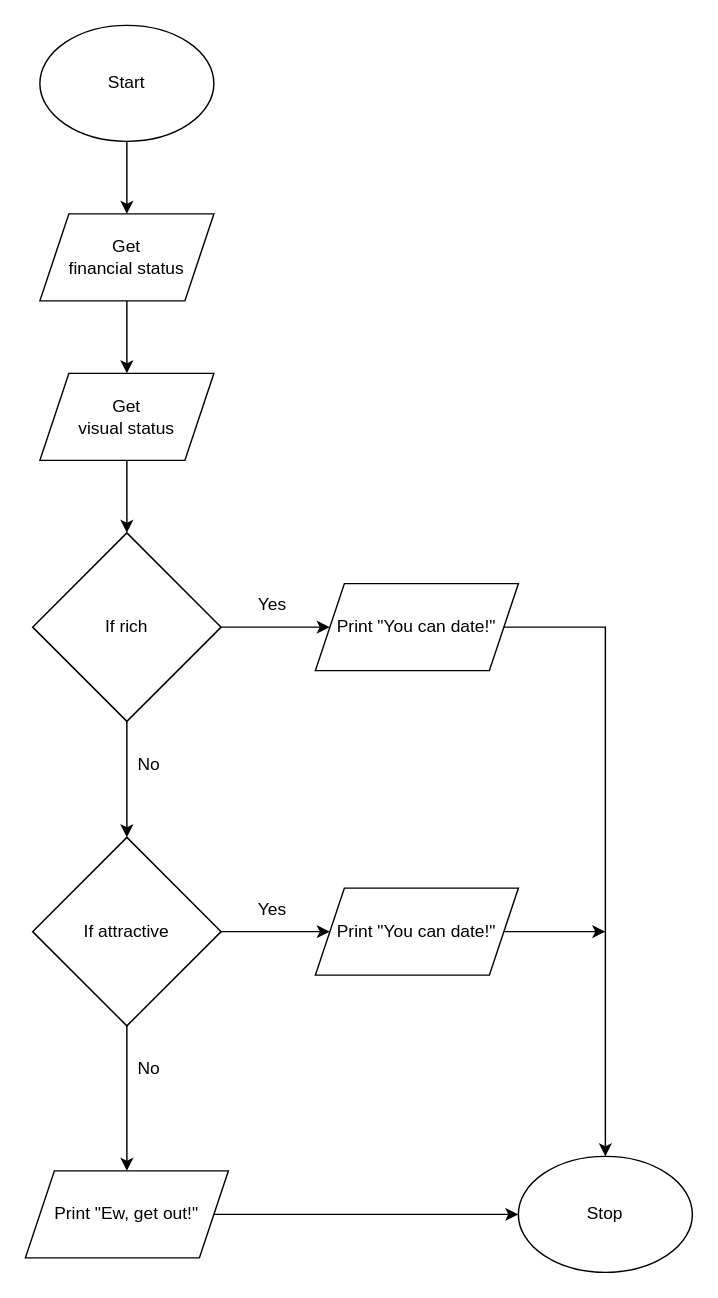
Above: flow.drawio in Andrew-Ten-Den/ICS3U-Unit3-07-Python (draw.io), before the change. Source tidied: cells renumbered, new cells numbered last; positions are measured from the earlier drawing's top-left corner, leaving out a move shared by most shapes. Both pictures are drawn from the tidied source at 145%, with x=0, y=0 at pixel (25, 25).
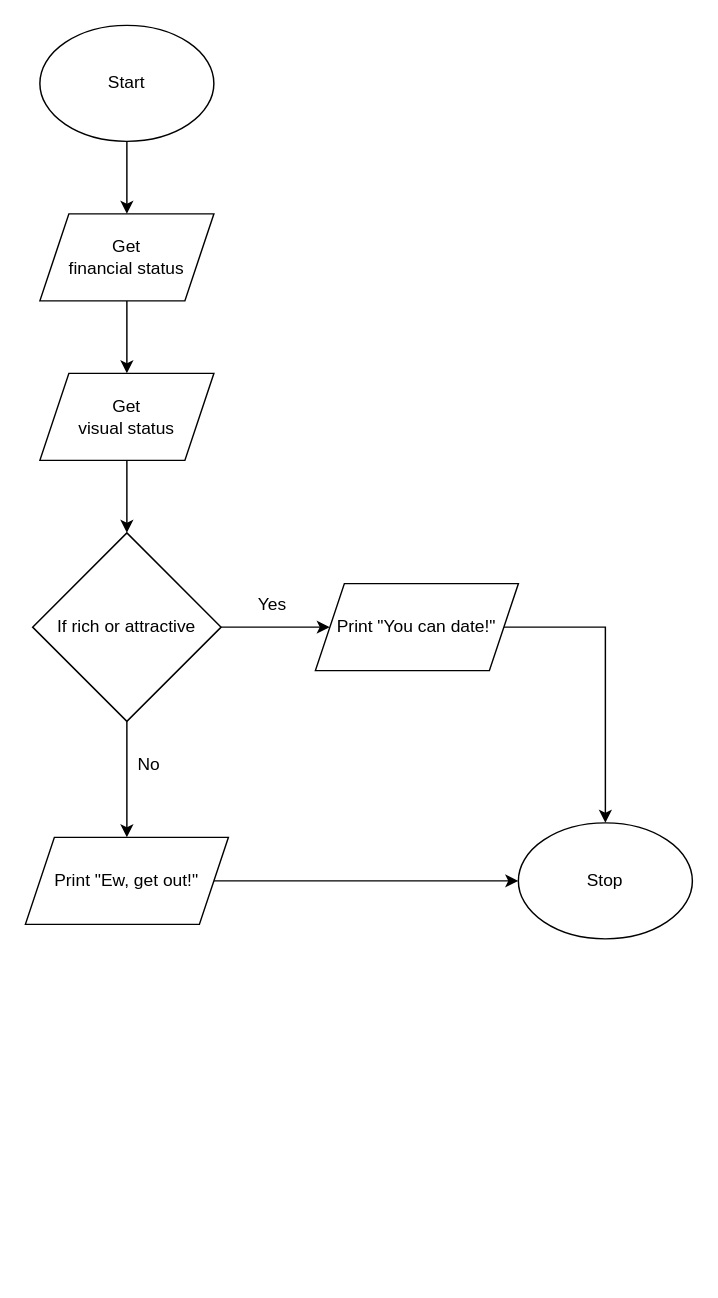
After the change.

Diff of the diagram source:
```diff
@@
-    <mxCell id="7" value="If rich" style="rhombus;whiteSpace=wrap;html=1;" parent="1" vertex="1">
+    <mxCell id="7" value="If rich or attractive" style="rhombus;whiteSpace=wrap;html=1;" parent="1" vertex="1">
       <mxGeometry x="5" y="350" width="130" height="130" as="geometry" />
     </mxCell>
@@
-    <mxCell id="12" style="edgeStyle=none;html=1;" parent="1" edge="1" source="14" target="20">
-      <mxGeometry relative="1" as="geometry" />
-    </mxCell>
-    <mxCell id="13" style="edgeStyle=none;html=1;entryX=0;entryY=0.5;entryDx=0;entryDy=0;" parent="1" edge="1" source="14" target="16">
-      <mxGeometry relative="1" as="geometry" />
-    </mxCell>
-    <mxCell id="14" value="If attractive" style="rhombus;whiteSpace=wrap;html=1;" parent="1" vertex="1">
-      <mxGeometry x="5" y="560" width="130" height="130" as="geometry" />
-    </mxCell>
-    <mxCell id="15" style="edgeStyle=none;rounded=0;html=1;" parent="1" edge="1" source="16">
-      <mxGeometry relative="1" as="geometry">
-        <mxPoint x="400" y="625" as="targetPoint" />
-      </mxGeometry>
-    </mxCell>
-    <mxCell id="16" value="Print &quot;You can date!&quot;" style="shape=parallelogram;perimeter=parallelogramPerimeter;whiteSpace=wrap;html=1;fixedSize=1;" parent="1" vertex="1">
-      <mxGeometry x="200" y="595" width="140" height="60" as="geometry" />
-    </mxCell>
-    <mxCell id="17" value="Yes" style="text;html=1;align=center;verticalAlign=middle;strokeColor=none;fillColor=none;" parent="1" vertex="1">
-      <mxGeometry x="155" y="600" width="30" height="20" as="geometry" />
-    </mxCell>
-    <mxCell id="18" value="No" style="text;html=1;align=center;verticalAlign=middle;strokeColor=none;fillColor=none;" parent="1" vertex="1">
-      <mxGeometry x="70" y="710" width="30" height="20" as="geometry" />
-    </mxCell>
@@
     <mxCell id="20" value="Print &quot;Ew, get out!&quot;" style="shape=parallelogram;perimeter=parallelogramPerimeter;whiteSpace=wrap;html=1;fixedSize=1;" parent="1" vertex="1">
-      <mxGeometry y="790" width="140" height="60" as="geometry" />
+      <mxGeometry y="560" width="140" height="60" as="geometry" />
     </mxCell>
     <mxCell id="21" value="Stop" style="ellipse;whiteSpace=wrap;html=1;" parent="1" vertex="1">
-      <mxGeometry x="340" y="780" width="120" height="80" as="geometry" />
+      <mxGeometry x="340" y="550" width="120" height="80" as="geometry" />
     </mxCell>
```
